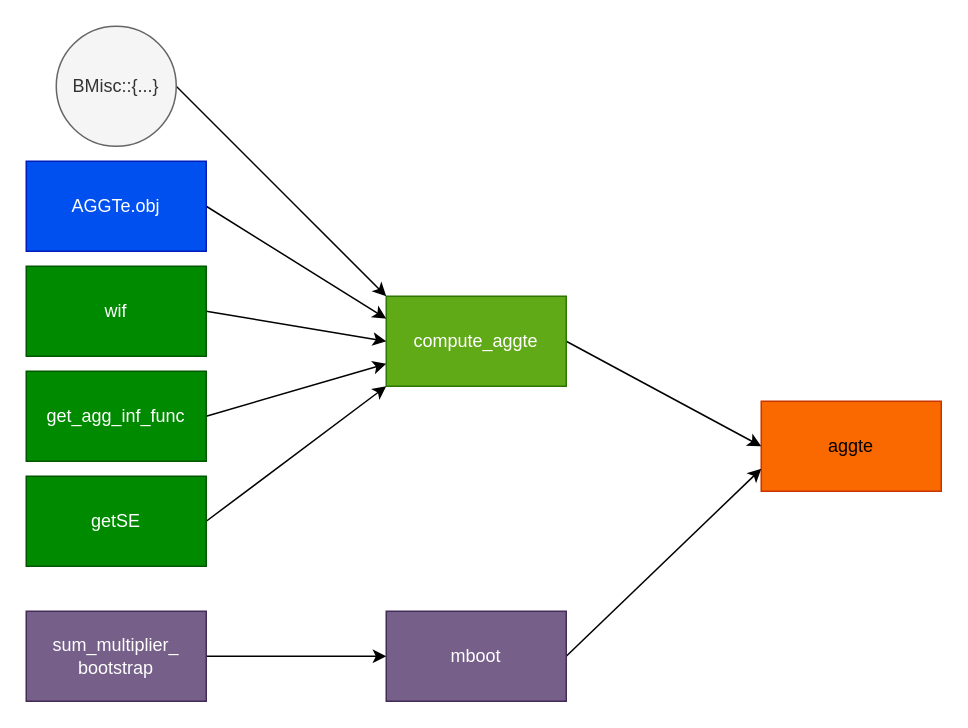
Earlier version of the draw.io diagram did/aggte/aggte.drawio (d2cml-ai/csdid). Source tidied: cells renumbered, new cells numbered last; positions are measured from the earlier drawing's top-left corner, leaving out a move shared by most shapes. Both pictures are drawn from the tidied source at 150%, with x=0, y=0 at pixel (26, 26).
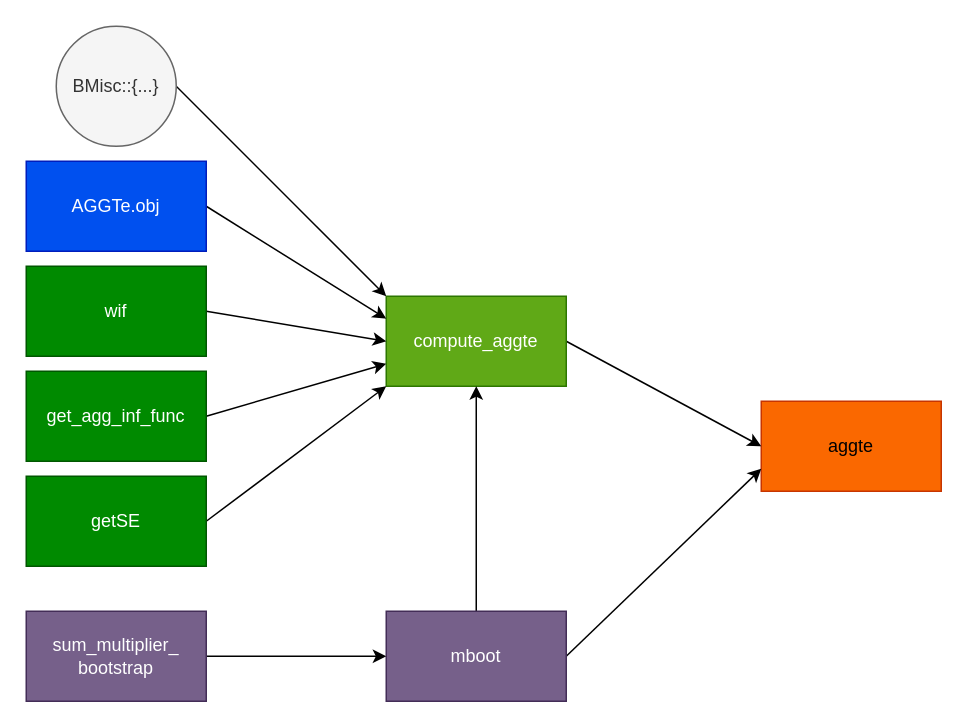
Above is the later version.

Change to the diagram source:
```diff
@@
 <mxGraphModel background="#ffffff">
   <root>
     <mxCell id="0" />
     <mxCell id="1" parent="0" />
     <mxCell id="2" value="aggte" style="whiteSpace=wrap;html=1;fillColor=#fa6800;fontColor=#000000;strokeColor=#C73500;" parent="1" vertex="1">
       <mxGeometry x="490" y="250" width="120" height="60" as="geometry" />
     </mxCell>
     <mxCell id="3" style="edgeStyle=none;html=1;exitX=1;exitY=0.5;exitDx=0;exitDy=0;entryX=0;entryY=0.5;entryDx=0;entryDy=0;strokeColor=#000000;" parent="1" edge="1" source="4" target="2">
       <mxGeometry relative="1" as="geometry" />
     </mxCell>
     <mxCell id="4" value="compute_aggte" style="whiteSpace=wrap;html=1;fillColor=#60a917;fontColor=#ffffff;strokeColor=#2D7600;" parent="1" vertex="1">
       <mxGeometry x="240" y="180" width="120" height="60" as="geometry" />
     </mxCell>
     <mxCell id="5" style="edgeStyle=none;html=1;exitX=1;exitY=0.5;exitDx=0;exitDy=0;entryX=0;entryY=0.75;entryDx=0;entryDy=0;strokeColor=#000000;" parent="1" edge="1" source="6" target="2">
       <mxGeometry relative="1" as="geometry" />
     </mxCell>
+    <mxCell id="19" style="edgeStyle=none;html=1;exitX=0.5;exitY=0;exitDx=0;exitDy=0;entryX=0.5;entryY=1;entryDx=0;entryDy=0;strokeColor=#000000;" parent="1" edge="1" source="6" target="4">
+      <mxGeometry relative="1" as="geometry" />
+    </mxCell>
     <mxCell id="6" value="mboot" style="whiteSpace=wrap;html=1;fillColor=#76608a;fontColor=#ffffff;strokeColor=#432D57;" parent="1" vertex="1">
       <mxGeometry x="240" y="390" width="120" height="60" as="geometry" />
     </mxCell>
     <mxCell id="7" style="edgeStyle=none;html=1;exitX=1;exitY=0.5;exitDx=0;exitDy=0;strokeColor=#000000;" parent="1" edge="1" source="8" target="6">
       <mxGeometry relative="1" as="geometry" />
     </mxCell>
     <mxCell id="8" value="sum_multiplier_&lt;br&gt;bootstrap" style="whiteSpace=wrap;html=1;fillColor=#76608a;fontColor=#ffffff;strokeColor=#432D57;" parent="1" vertex="1">
       <mxGeometry y="390" width="120" height="60" as="geometry" />
     </mxCell>
     <mxCell id="9" style="edgeStyle=none;html=1;exitX=1;exitY=0.5;exitDx=0;exitDy=0;entryX=0;entryY=0.5;entryDx=0;entryDy=0;strokeColor=#000000;" parent="1" edge="1" source="10" target="4">
       <mxGeometry relative="1" as="geometry" />
     </mxCell>
     <mxCell id="10" value="wif" style="whiteSpace=wrap;html=1;fillColor=#008a00;fontColor=#ffffff;strokeColor=#005700;" parent="1" vertex="1">
       <mxGeometry y="160" width="120" height="60" as="geometry" />
     </mxCell>
     <mxCell id="11" style="edgeStyle=none;html=1;exitX=1;exitY=0.5;exitDx=0;exitDy=0;entryX=0;entryY=0.75;entryDx=0;entryDy=0;strokeColor=#000000;" parent="1" edge="1" source="12" target="4">
       <mxGeometry relative="1" as="geometry" />
     </mxCell>
     <mxCell id="12" value="get_agg_inf_func" style="whiteSpace=wrap;html=1;fillColor=#008a00;fontColor=#ffffff;strokeColor=#005700;" parent="1" vertex="1">
       <mxGeometry y="230" width="120" height="60" as="geometry" />
     </mxCell>
     <mxCell id="13" style="edgeStyle=none;html=1;exitX=1;exitY=0.5;exitDx=0;exitDy=0;entryX=0;entryY=1;entryDx=0;entryDy=0;strokeColor=#000000;" parent="1" edge="1" source="14" target="4">
       <mxGeometry relative="1" as="geometry" />
     </mxCell>
     <mxCell id="14" value="getSE" style="whiteSpace=wrap;html=1;fillColor=#008a00;fontColor=#ffffff;strokeColor=#005700;" parent="1" vertex="1">
       <mxGeometry y="300" width="120" height="60" as="geometry" />
     </mxCell>
     <mxCell id="15" style="edgeStyle=none;html=1;exitX=1;exitY=0.5;exitDx=0;exitDy=0;entryX=0;entryY=0.25;entryDx=0;entryDy=0;strokeColor=#000000;" parent="1" edge="1" source="16" target="4">
       <mxGeometry relative="1" as="geometry" />
     </mxCell>
     <mxCell id="16" value="AGGTe.obj" style="whiteSpace=wrap;html=1;fillColor=#0050ef;strokeColor=#001DBC;fontColor=#ffffff;" parent="1" vertex="1">
       <mxGeometry y="90" width="120" height="60" as="geometry" />
     </mxCell>
     <mxCell id="17" style="edgeStyle=none;html=1;exitX=1;exitY=0.5;exitDx=0;exitDy=0;entryX=0;entryY=0;entryDx=0;entryDy=0;strokeColor=#000000;" parent="1" edge="1" source="18" target="4">
       <mxGeometry relative="1" as="geometry" />
     </mxCell>
     <mxCell id="18" value="BMisc::{...}" style="ellipse;whiteSpace=wrap;html=1;fillColor=#f5f5f5;fontColor=#333333;strokeColor=#666666;" parent="1" vertex="1">
       <mxGeometry x="20" width="80" height="80" as="geometry" />
     </mxCell>
   </root>
 </mxGraphModel>
```
